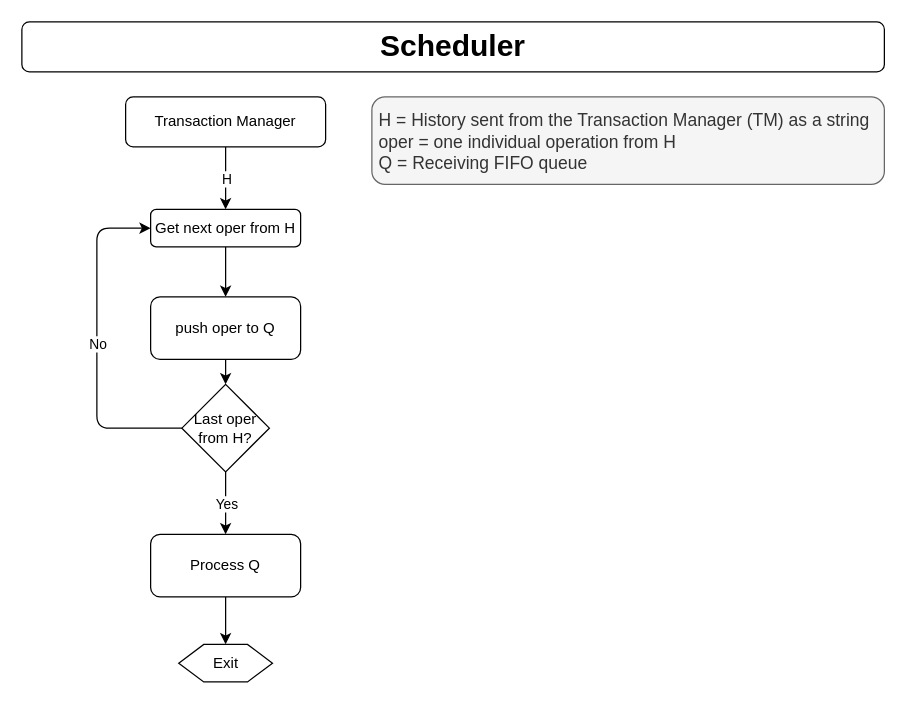
This is Design/CS 5570 Team4 Design - Scheduler.drawio from Rod-Skoglund/CS5570-Project, a draw.io file, before an edit. Source tidied: cells renumbered, new cells numbered last; positions are measured from the earlier drawing's top-left corner, leaving out a move shared by most shapes. Both pictures are drawn from the tidied source at 125%, with x=0, y=0 at pixel (21, 21).
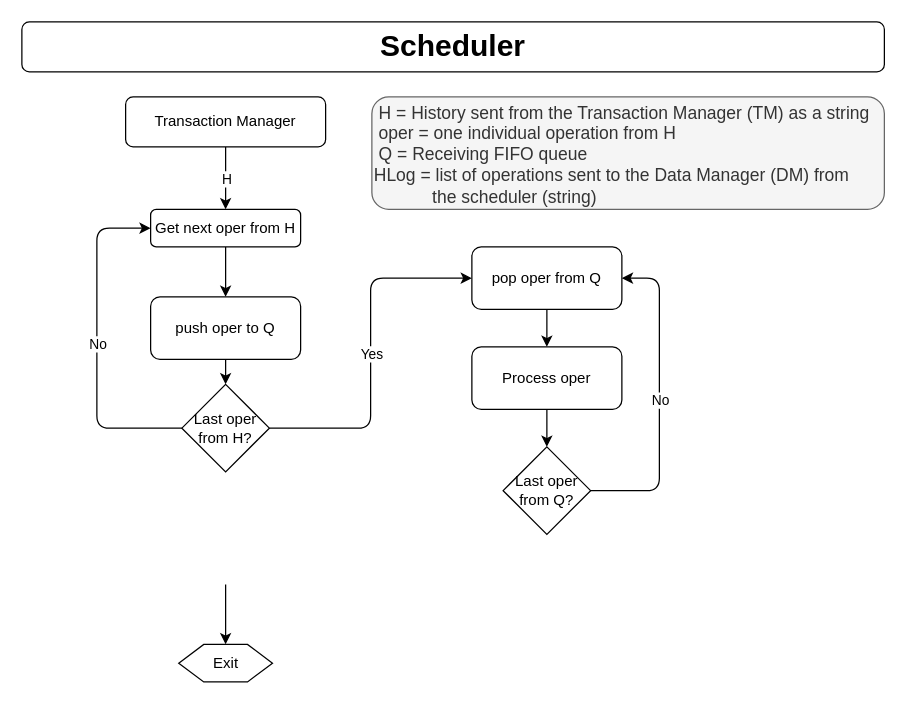
The same diagram, later.

Commit message:
still breaking down the Scheduler

Unchanged cells that the change refers to:
```xml
<mxCell id="7" value="Exit" style="shape=hexagon;perimeter=hexagonPerimeter2;whiteSpace=wrap;html=1;fixedSize=1;align=center;" parent="1" vertex="1">
  <mxGeometry x="125.5" y="498" width="75" height="30" as="geometry" />
</mxCell>
<mxCell id="14" value="Last oper from H?" style="rhombus;whiteSpace=wrap;html=1;" parent="1" vertex="1">
  <mxGeometry x="128" y="290" width="70" height="70" as="geometry" />
</mxCell>
```

Change to the diagram source:
```diff
@@
-    <mxCell id="4" value="&amp;nbsp;H = History sent from the Transaction Manager (TM) as a string&lt;br&gt;&amp;nbsp;oper = one individual operation from H&lt;br&gt;&amp;nbsp;Q = Receiving FIFO queue" style="text;html=1;align=left;verticalAlign=middle;whiteSpace=wrap;rounded=1;fontSize=14;labelBorderColor=none;spacingTop=2;spacingLeft=0;spacingBottom=0;spacingRight=0;spacing=2;perimeterSpacing=0;strokeWidth=1;labelPadding=-1;fillColor=#f5f5f5;strokeColor=#666666;fontColor=#333333;" parent="1" vertex="1">
-      <mxGeometry x="280" y="60" width="410" height="70" as="geometry" />
+    <mxCell id="4" value="&amp;nbsp;H = History sent from the Transaction Manager (TM) as a string&lt;br&gt;&amp;nbsp;oper = one individual operation from H&lt;br&gt;&amp;nbsp;Q = Receiving FIFO queue&lt;br&gt;HLog = list of operations sent to the Data Manager (DM) from &lt;br&gt;&amp;nbsp; &amp;nbsp; &amp;nbsp; &amp;nbsp; &amp;nbsp; &amp;nbsp; the scheduler (string)" style="text;html=1;align=left;verticalAlign=middle;whiteSpace=wrap;rounded=1;fontSize=14;labelBorderColor=none;spacingTop=2;spacingLeft=0;spacingBottom=0;spacingRight=0;spacing=2;perimeterSpacing=0;strokeWidth=1;labelPadding=-1;fillColor=#f5f5f5;strokeColor=#666666;fontColor=#333333;" parent="1" vertex="1">
+      <mxGeometry x="280" y="60" width="410" height="90" as="geometry" />
     </mxCell>
@@
+    <mxCell id="19" style="edgeStyle=orthogonalEdgeStyle;rounded=0;jettySize=auto;html=1;exitX=0.5;exitY=1;exitDx=0;exitDy=0;entryX=0.5;entryY=0;entryDx=0;entryDy=0;" parent="1" edge="1" source="10" target="21">
+      <mxGeometry relative="1" as="geometry" />
+    </mxCell>
-    <mxCell id="10" value="Process Q" style="rounded=1;whiteSpace=wrap;html=1;fontSize=12;glass=0;strokeWidth=1;shadow=0;" parent="1" vertex="1">
-      <mxGeometry x="103" y="410" width="120" height="50" as="geometry" />
+    <mxCell id="10" value="pop oper from Q" style="rounded=1;whiteSpace=wrap;html=1;fontSize=12;glass=0;strokeWidth=1;shadow=0;" parent="1" vertex="1">
+      <mxGeometry x="360" y="180" width="120" height="50" as="geometry" />
     </mxCell>
-    <mxCell id="11" style="endArrow=classic;html=1;entryX=0.5;entryY=0;entryDx=0;entryDy=0;" parent="1" edge="1" source="10" target="7">
-      <mxGeometry relative="1" as="geometry" />
+    <mxCell id="11" style="endArrow=classic;html=1;entryX=0.5;entryY=0;entryDx=0;entryDy=0;" parent="1" edge="1" target="7">
+      <mxGeometry relative="1" as="geometry">
+        <mxPoint x="163" y="450" as="sourcePoint" />
+      </mxGeometry>
     </mxCell>
@@
-    <mxCell id="15" style="endArrow=classic;html=1;exitX=0.5;exitY=1;exitDx=0;exitDy=0;entryX=0.5;entryY=0;entryDx=0;entryDy=0;" parent="1" edge="1" source="14" target="10">
+    <mxCell id="15" style="endArrow=classic;html=1;exitX=1;exitY=0.5;exitDx=0;exitDy=0;entryX=0;entryY=0.5;entryDx=0;entryDy=0;edgeStyle=orthogonalEdgeStyle;" parent="1" edge="1" source="14" target="10">
       <mxGeometry relative="1" as="geometry" />
     </mxCell>
@@
+    <mxCell id="20" style="edgeStyle=orthogonalEdgeStyle;rounded=0;jettySize=auto;html=1;exitX=0.5;exitY=1;exitDx=0;exitDy=0;entryX=0.5;entryY=0;entryDx=0;entryDy=0;" parent="1" edge="1" source="21" target="22">
+      <mxGeometry relative="1" as="geometry" />
+    </mxCell>
+    <mxCell id="21" value="Process oper" style="rounded=1;whiteSpace=wrap;html=1;fontSize=12;glass=0;strokeWidth=1;shadow=0;" parent="1" vertex="1">
+      <mxGeometry x="360" y="260" width="120" height="50" as="geometry" />
+    </mxCell>
+    <mxCell id="22" value="Last oper from Q?" style="rhombus;whiteSpace=wrap;html=1;" parent="1" vertex="1">
+      <mxGeometry x="385" y="340" width="70" height="70" as="geometry" />
+    </mxCell>
+    <mxCell id="23" style="endArrow=classic;html=1;exitX=1;exitY=0.5;exitDx=0;exitDy=0;entryX=1;entryY=0.5;entryDx=0;entryDy=0;edgeStyle=orthogonalEdgeStyle;" parent="1" edge="1" source="22" target="10">
+      <mxGeometry relative="1" as="geometry">
+        <Array as="points">
+          <mxPoint x="510" y="375" />
+          <mxPoint x="510" y="205" />
+        </Array>
+      </mxGeometry>
+    </mxCell>
+    <mxCell id="24" value="No" style="edgeLabel;html=1;align=center;verticalAlign=middle;" parent="23" vertex="1">
+      <mxGeometry relative="1" as="geometry" />
+    </mxCell>
```
